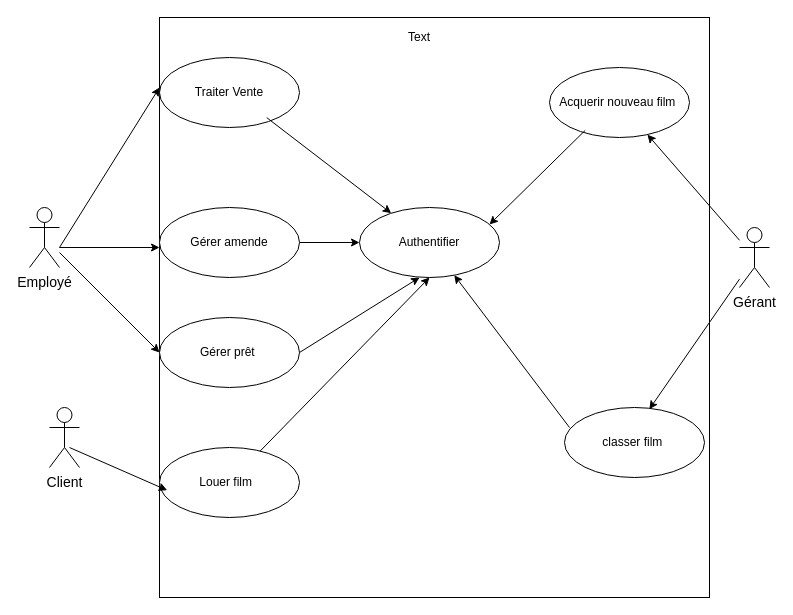
This is Untitled Diagram.drawio from djunibert/CV2, a draw.io file, before an edit. Source tidied: cells renumbered, new cells numbered last; positions are measured from the earlier drawing's top-left corner, leaving out a move shared by most shapes. Both pictures are drawn from the tidied source at 100%, with x=0, y=0 at pixel (29, 17).
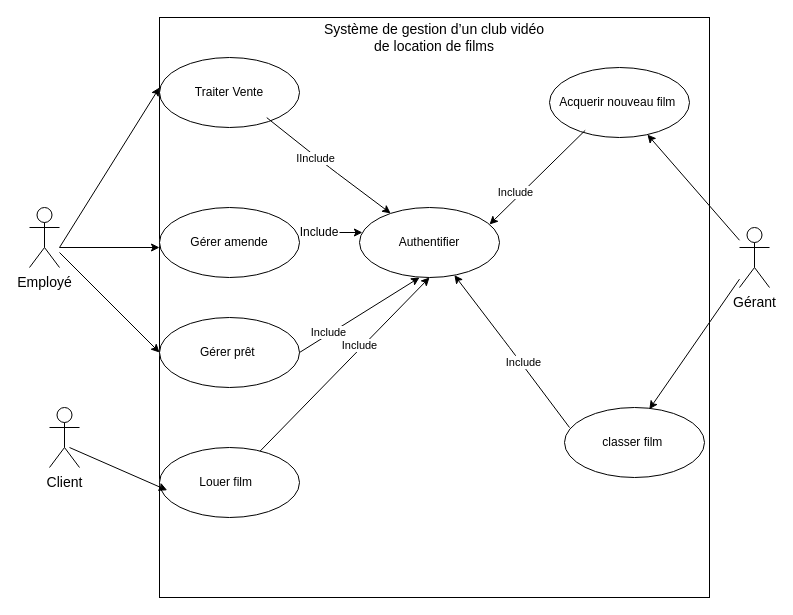
After the change.

The change refers to these unchanged cells:
```xml
<mxCell id="3" value="Traiter Vente" style="ellipse;whiteSpace=wrap;html=1;" parent="1" vertex="1">
  <mxGeometry x="130" y="40" width="140" height="70" as="geometry" />
</mxCell>
<mxCell id="5" value="Gérer amende" style="ellipse;whiteSpace=wrap;html=1;" parent="1" vertex="1">
  <mxGeometry x="130" y="190" width="140" height="70" as="geometry" />
</mxCell>
<mxCell id="7" value="Authentifier" style="ellipse;whiteSpace=wrap;html=1;" parent="1" vertex="1">
  <mxGeometry x="330" y="190" width="140" height="70" as="geometry" />
</mxCell>
<mxCell id="11" style="endArrow=classic;html=1;exitX=0.255;exitY=0.898;exitDx=0;exitDy=0;exitPerimeter=0;" parent="1" edge="1" source="8">
  <mxGeometry relative="1" as="geometry">
    <mxPoint x="460" y="207" as="targetPoint" />
  </mxGeometry>
</mxCell>
<mxCell id="14" style="endArrow=classic;html=1;exitX=1;exitY=0.5;exitDx=0;exitDy=0;entryX=0.429;entryY=1;entryDx=0;entryDy=0;entryPerimeter=0;" parent="1" edge="1" source="6" target="7">
  <mxGeometry relative="1" as="geometry" />
</mxCell>
<mxCell id="24" style="endArrow=classic;html=1;entryX=0.5;entryY=1;entryDx=0;entryDy=0;" parent="1" edge="1" source="10" target="7">
  <mxGeometry relative="1" as="geometry" />
</mxCell>
```

Change to the diagram source:
```diff
@@
-    <mxCell id="4" style="edgeStyle=orthogonalEdgeStyle;rounded=0;jettySize=auto;html=1;" parent="1" edge="1" source="5" target="7">
-      <mxGeometry relative="1" as="geometry" />
+    <mxCell id="4" style="edgeStyle=orthogonalEdgeStyle;rounded=0;jettySize=auto;html=1;" parent="1" edge="1" source="31" target="7">
+      <mxGeometry relative="1" as="geometry">
+        <Array as="points">
+          <mxPoint x="310" y="220" />
+          <mxPoint x="310" y="220" />
+        </Array>
+      </mxGeometry>
     </mxCell>
@@
+    <mxCell id="26" value="Include" style="edgeLabel;html=1;align=center;verticalAlign=middle;" parent="11" vertex="1">
+      <mxGeometry x="0.38" y="-6" relative="1" as="geometry">
+        <mxPoint y="1" as="offset" />
+      </mxGeometry>
+    </mxCell>
     <mxCell id="12" style="endArrow=classic;html=1;" parent="1" edge="1" target="7">
       <mxGeometry relative="1" as="geometry">
         <mxPoint x="540" y="410" as="sourcePoint" />
+        <Array as="points">
+          <mxPoint x="480" y="330" />
+        </Array>
       </mxGeometry>
     </mxCell>
+    <mxCell id="27" value="Include" style="edgeLabel;html=1;align=center;verticalAlign=middle;" parent="12" vertex="1">
+      <mxGeometry x="-0.15" y="-2" relative="1" as="geometry" />
+    </mxCell>
     <mxCell id="13" style="endArrow=classic;html=1;exitX=0.766;exitY=0.859;exitDx=0;exitDy=0;exitPerimeter=0;" parent="1" edge="1" source="3" target="7">
-      <mxGeometry relative="1" as="geometry" />
+      <mxGeometry relative="1" as="geometry">
+        <Array as="points">
+          <mxPoint x="300" y="150" />
+        </Array>
+      </mxGeometry>
     </mxCell>
+    <mxCell id="28" value="IInclude" style="edgeLabel;html=1;align=center;verticalAlign=middle;" parent="13" vertex="1">
+      <mxGeometry x="-0.2" y="-2" relative="1" as="geometry" />
+    </mxCell>
@@
+    <mxCell id="29" value="Include" style="edgeLabel;html=1;align=center;verticalAlign=middle;" parent="14" vertex="1">
+      <mxGeometry x="-0.51" y="2" relative="1" as="geometry" />
+    </mxCell>
@@
+    <mxCell id="30" value="Include" style="edgeLabel;html=1;align=center;verticalAlign=middle;" parent="24" vertex="1">
+      <mxGeometry x="0.2" y="3" relative="1" as="geometry" />
+    </mxCell>
-    <mxCell id="25" value="Text" style="text;html=1;strokeColor=none;fillColor=none;align=center;verticalAlign=middle;whiteSpace=wrap;rounded=0;" parent="1" vertex="1">
-      <mxGeometry x="370" y="10" width="40" height="20" as="geometry" />
+    <mxCell id="25" value="&lt;font style=&quot;font-size: 14px&quot;&gt;Système de gestion d’un club vidéo de location de films&lt;/font&gt;" style="text;html=1;strokeColor=none;fillColor=none;align=center;verticalAlign=middle;whiteSpace=wrap;rounded=0;strokeWidth=4;" parent="1" vertex="1">
+      <mxGeometry x="290" y="10" width="230" height="20" as="geometry" />
     </mxCell>
+    <mxCell id="31" value="Include" style="text;html=1;strokeColor=none;fillColor=none;align=center;verticalAlign=middle;whiteSpace=wrap;rounded=0;" parent="1" vertex="1">
+      <mxGeometry x="270" y="205" width="40" height="20" as="geometry" />
+    </mxCell>
```
